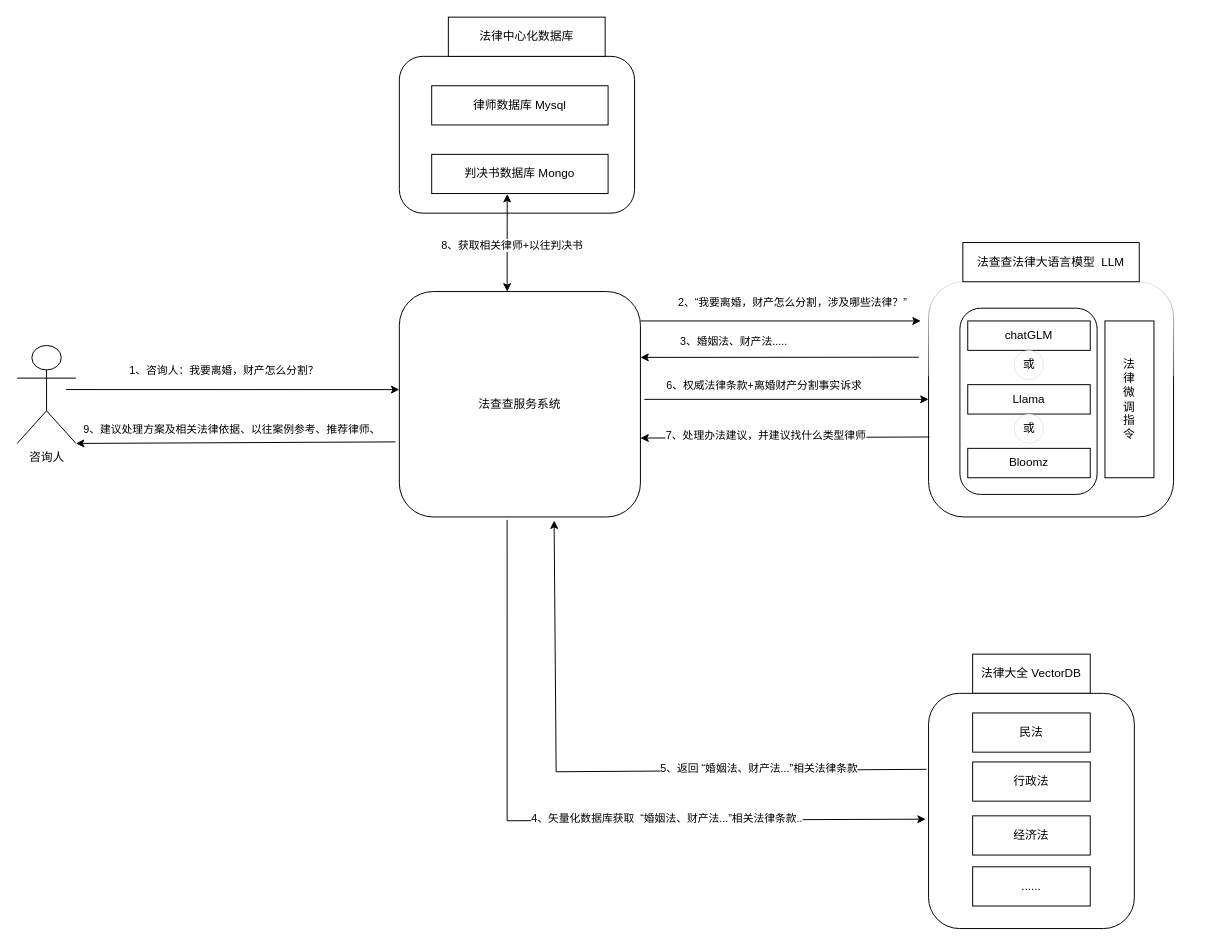
BeiJingChengXiTech/FCC keeps this draw.io diagram as FCC.drawio. Above is the earlier version. Source tidied: cells renumbered, new cells numbered last; positions are measured from the earlier drawing's top-left corner, leaving out a move shared by most shapes. Both pictures are drawn from the tidied source at 98%, with x=0, y=0 at pixel (17, 17).
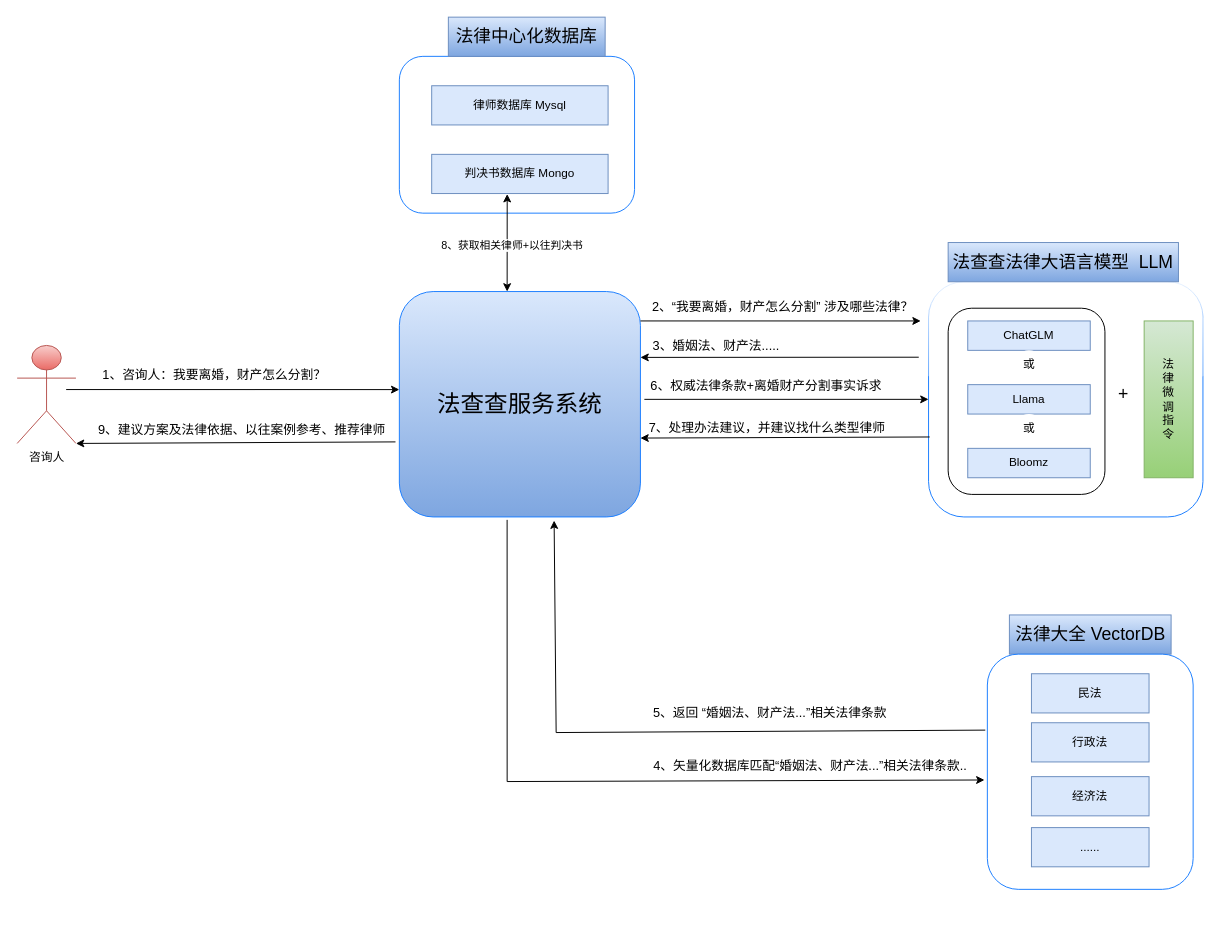
After the change.

Unchanged cells that the change refers to:
```xml
<mxCell id="23" style="endArrow=classic;html=1;rounded=0;entryX=-0.016;entryY=0.625;entryDx=0;entryDy=0;entryPerimeter=0;" parent="1" edge="1">
  <mxGeometry relative="1" as="geometry">
    <mxPoint x="636" y="310" as="sourcePoint" />
    <mxPoint x="922" y="310" as="targetPoint" />
  </mxGeometry>
</mxCell>
<mxCell id="25" style="endArrow=classic;html=1;rounded=0;entryX=1;entryY=0.75;entryDx=0;entryDy=0;" parent="1" edge="1">
  <mxGeometry relative="1" as="geometry">
    <mxPoint x="920" y="347" as="sourcePoint" />
    <mxPoint x="636" y="347.2" as="targetPoint" />
  </mxGeometry>
</mxCell>
<mxCell id="31" style="endArrow=classic;html=1;rounded=0;entryX=0;entryY=0.5;entryDx=0;entryDy=0;" parent="1" edge="1" target="3">
  <mxGeometry relative="1" as="geometry">
    <mxPoint x="640" y="390" as="sourcePoint" />
  </mxGeometry>
</mxCell>
<mxCell id="33" style="endArrow=classic;html=1;rounded=0;exitX=0.004;exitY=0.66;exitDx=0;exitDy=0;exitPerimeter=0;entryX=1;entryY=0.65;entryDx=0;entryDy=0;entryPerimeter=0;" parent="1" edge="1" source="3" target="20">
  <mxGeometry relative="1" as="geometry" />
</mxCell>
<mxCell id="38" style="endArrow=classic;html=1;rounded=0;exitX=-0.016;exitY=0.667;exitDx=0;exitDy=0;exitPerimeter=0;entryX=1;entryY=1;entryDx=0;entryDy=0;entryPerimeter=0;" parent="1" edge="1" source="20" target="5">
  <mxGeometry relative="1" as="geometry" />
</mxCell>
<mxCell id="40" style="endArrow=classic;html=1;rounded=0;entryX=0;entryY=0.435;entryDx=0;entryDy=0;entryPerimeter=0;" parent="1" edge="1" target="20">
  <mxGeometry relative="1" as="geometry">
    <mxPoint x="50" y="380" as="sourcePoint" />
  </mxGeometry>
</mxCell>
```

What changed in the source:
```diff
@@
+    <mxCell id="10" value="&lt;font style=&quot;font-size: 18px;&quot;&gt;法律大全 VectorDB&lt;/font&gt;" style="rounded=0;whiteSpace=wrap;html=1;fillColor=#dae8fc;gradientColor=#7ea6e0;strokeColor=#6c8ebf;" parent="1" vertex="1">
+      <mxGeometry x="1012.5" y="610" width="165" height="40" as="geometry" />
+    </mxCell>
+    <mxCell id="15" style="rounded=1;whiteSpace=wrap;html=1;strokeColor=#1C7EFF;" parent="1" vertex="1">
+      <mxGeometry x="990" y="650" width="210" height="240" as="geometry" />
+    </mxCell>
+    <mxCell id="16" value="民法" style="rounded=0;whiteSpace=wrap;html=1;fillColor=#dae8fc;strokeColor=#6c8ebf;" parent="1" vertex="1">
+      <mxGeometry x="1035" y="670" width="120" height="40" as="geometry" />
+    </mxCell>
+    <mxCell id="17" value="行政法" style="rounded=0;whiteSpace=wrap;html=1;fillColor=#dae8fc;strokeColor=#6c8ebf;" parent="1" vertex="1">
+      <mxGeometry x="1035" y="720" width="120" height="40" as="geometry" />
+    </mxCell>
+    <mxCell id="18" value="经济法" style="rounded=0;whiteSpace=wrap;html=1;fillColor=#dae8fc;strokeColor=#6c8ebf;" parent="1" vertex="1">
+      <mxGeometry x="1035" y="775" width="120" height="40" as="geometry" />
+    </mxCell>
+    <mxCell id="19" value="......" style="rounded=0;whiteSpace=wrap;html=1;fillColor=#dae8fc;strokeColor=#6c8ebf;" parent="1" vertex="1">
+      <mxGeometry x="1035" y="827" width="120" height="40" as="geometry" />
+    </mxCell>
-    <mxCell id="2" style="rounded=1;whiteSpace=wrap;html=1;" parent="1" vertex="1">
+    <mxCell id="2" style="rounded=1;whiteSpace=wrap;html=1;strokeColor=#1C7EFF;" parent="1" vertex="1">
       <mxGeometry x="390" y="40" width="240" height="160" as="geometry" />
     </mxCell>
-    <mxCell id="3" style="rounded=1;whiteSpace=wrap;html=1;glass=1;" parent="1" vertex="1">
-      <mxGeometry x="930" y="270" width="250" height="240" as="geometry" />
+    <mxCell id="3" style="rounded=1;whiteSpace=wrap;html=1;glass=1;strokeColor=#1C7EFF;" parent="1" vertex="1">
+      <mxGeometry x="930" y="270" width="280" height="240" as="geometry" />
     </mxCell>
     <mxCell id="4" style="rounded=1;whiteSpace=wrap;html=1;" parent="1" vertex="1">
-      <mxGeometry x="962" y="297" width="140" height="190" as="geometry" />
+      <mxGeometry x="950" y="297" width="160" height="190" as="geometry" />
     </mxCell>
-    <mxCell id="5" value="咨询人" style="shape=umlActor;verticalLabelPosition=bottom;verticalAlign=top;html=1;outlineConnect=0;" parent="1" vertex="1">
+    <mxCell id="5" value="咨询人" style="shape=umlActor;verticalLabelPosition=bottom;verticalAlign=top;html=1;outlineConnect=0;fillColor=#f8cecc;gradientColor=#ea6b66;strokeColor=#b85450;" parent="1" vertex="1">
       <mxGeometry y="335" width="60" height="100" as="geometry" />
     </mxCell>
-    <mxCell id="6" value="法查查法律大语言模型&amp;nbsp; LLM" style="rounded=0;whiteSpace=wrap;html=1;" parent="1" vertex="1">
-      <mxGeometry x="965" y="230" width="180" height="40" as="geometry" />
+    <mxCell id="6" value="&lt;font style=&quot;font-size: 18px;&quot;&gt;法查查法律大语言模型&amp;nbsp; LLM&lt;/font&gt;" style="rounded=0;whiteSpace=wrap;html=1;fillColor=#dae8fc;gradientColor=#7ea6e0;strokeColor=#6c8ebf;" parent="1" vertex="1">
+      <mxGeometry x="950" y="230" width="235" height="40" as="geometry" />
     </mxCell>
-    <mxCell id="7" value="chatGLM" style="rounded=0;whiteSpace=wrap;html=1;" parent="1" vertex="1">
+    <mxCell id="7" value="ChatGLM" style="rounded=0;whiteSpace=wrap;html=1;fillColor=#dae8fc;strokeColor=#6c8ebf;" parent="1" vertex="1">
       <mxGeometry x="970" y="310" width="125" height="30" as="geometry" />
     </mxCell>
-    <mxCell id="8" value="Llama" style="rounded=0;whiteSpace=wrap;html=1;" parent="1" vertex="1">
+    <mxCell id="8" value="Llama" style="rounded=0;whiteSpace=wrap;html=1;fillColor=#dae8fc;strokeColor=#6c8ebf;" parent="1" vertex="1">
       <mxGeometry x="970" y="375" width="125" height="30" as="geometry" />
     </mxCell>
-    <mxCell id="9" value="Bloomz" style="rounded=0;whiteSpace=wrap;html=1;" parent="1" vertex="1">
+    <mxCell id="9" value="Bloomz" style="rounded=0;whiteSpace=wrap;html=1;fillColor=#dae8fc;strokeColor=#6c8ebf;" parent="1" vertex="1">
       <mxGeometry x="970" y="440" width="125" height="30" as="geometry" />
     </mxCell>
-    <mxCell id="10" value="法律大全 VectorDB" style="rounded=0;whiteSpace=wrap;html=1;" parent="1" vertex="1">
-      <mxGeometry x="975" y="650" width="120" height="40" as="geometry" />
-    </mxCell>
-    <mxCell id="11" value="法&lt;br&gt;律&lt;br&gt;微&lt;br&gt;调&lt;br&gt;指&lt;br&gt;令" style="rounded=0;whiteSpace=wrap;html=1;" parent="1" vertex="1">
-      <mxGeometry x="1110" y="310" width="50" height="160" as="geometry" />
+    <mxCell id="11" value="法&lt;br&gt;律&lt;br&gt;微&lt;br&gt;调&lt;br&gt;指&lt;br&gt;令" style="rounded=0;whiteSpace=wrap;html=1;fillColor=#d5e8d4;gradientColor=#97d077;strokeColor=#82b366;" parent="1" vertex="1">
+      <mxGeometry x="1150" y="310" width="50" height="160" as="geometry" />
     </mxCell>
@@
-    <mxCell id="13" value="或" style="ellipse;whiteSpace=wrap;html=1;strokeWidth=0;" parent="1" vertex="1">
+    <mxCell id="13" value="或" style="ellipse;whiteSpace=wrap;html=1;strokeWidth=0;strokeColor=none;" parent="1" vertex="1">
       <mxGeometry x="1017.5" y="340" width="30" height="30" as="geometry" />
     </mxCell>
-    <mxCell id="14" value="或" style="ellipse;whiteSpace=wrap;html=1;strokeWidth=0;" parent="1" vertex="1">
+    <mxCell id="14" value="或" style="ellipse;whiteSpace=wrap;html=1;strokeWidth=0;strokeColor=none;" parent="1" vertex="1">
       <mxGeometry x="1017.5" y="405" width="30" height="30" as="geometry" />
     </mxCell>
-    <mxCell id="15" style="rounded=1;whiteSpace=wrap;html=1;" parent="1" vertex="1">
-      <mxGeometry x="930" y="690" width="210" height="240" as="geometry" />
-    </mxCell>
-    <mxCell id="16" value="民法" style="rounded=0;whiteSpace=wrap;html=1;" parent="1" vertex="1">
-      <mxGeometry x="975" y="710" width="120" height="40" as="geometry" />
-    </mxCell>
-    <mxCell id="17" value="行政法" style="rounded=0;whiteSpace=wrap;html=1;" parent="1" vertex="1">
-      <mxGeometry x="975" y="760" width="120" height="40" as="geometry" />
-    </mxCell>
-    <mxCell id="18" value="经济法" style="rounded=0;whiteSpace=wrap;html=1;" parent="1" vertex="1">
-      <mxGeometry x="975" y="815" width="120" height="40" as="geometry" />
-    </mxCell>
-    <mxCell id="19" value="......" style="rounded=0;whiteSpace=wrap;html=1;" parent="1" vertex="1">
-      <mxGeometry x="975" y="867" width="120" height="40" as="geometry" />
-    </mxCell>
-    <mxCell id="20" value="法查查服务系统" style="rounded=1;whiteSpace=wrap;html=1;" parent="1" vertex="1">
+    <mxCell id="20" value="&lt;font style=&quot;font-size: 24px;&quot;&gt;法查查服务系统&lt;/font&gt;" style="rounded=1;whiteSpace=wrap;html=1;fillColor=#dae8fc;strokeColor=#1C7EFF;gradientColor=#7ea6e0;" parent="1" vertex="1">
       <mxGeometry x="390" y="280" width="246" height="230" as="geometry" />
     </mxCell>
-    <mxCell id="21" value="律师数据库 Mysql" style="rounded=0;whiteSpace=wrap;html=1;" parent="1" vertex="1">
+    <mxCell id="21" value="律师数据库 Mysql" style="rounded=0;whiteSpace=wrap;html=1;fillColor=#dae8fc;strokeColor=#6c8ebf;" parent="1" vertex="1">
       <mxGeometry x="423" y="70" width="180" height="40" as="geometry" />
     </mxCell>
-    <mxCell id="22" value="判决书数据库 Mongo" style="rounded=0;whiteSpace=wrap;html=1;" parent="1" vertex="1">
+    <mxCell id="22" value="判决书数据库 Mongo" style="rounded=0;whiteSpace=wrap;html=1;fillColor=#dae8fc;strokeColor=#6c8ebf;" parent="1" vertex="1">
       <mxGeometry x="423" y="140" width="180" height="40" as="geometry" />
     </mxCell>
@@
-    <mxCell id="24" value="2、“我要离婚，财产怎么分割，涉及哪些法律？”" style="edgeLabel;html=1;align=center;verticalAlign=middle;" parent="23" vertex="1">
+    <mxCell id="24" value="&lt;font style=&quot;font-size: 13px;&quot;&gt;2、“我要离婚，财产怎么分割” 涉及哪些法律？&lt;/font&gt;" style="edgeLabel;html=1;align=center;verticalAlign=middle;" parent="23" vertex="1">
       <mxGeometry x="0.11" relative="1" as="geometry">
-        <mxPoint x="-5" y="-20" as="offset" />
+        <mxPoint x="-15" y="-16" as="offset" />
       </mxGeometry>
     </mxCell>
@@
-    <mxCell id="26" value="3、婚姻法、财产法....." style="edgeLabel;html=1;align=center;verticalAlign=middle;" parent="25" vertex="1">
+    <mxCell id="26" value="&lt;font style=&quot;font-size: 13px;&quot;&gt;3、婚姻法、财产法.....&lt;/font&gt;" style="edgeLabel;html=1;align=center;verticalAlign=middle;" parent="25" vertex="1">
       <mxGeometry x="-0.1" y="2" relative="1" as="geometry">
-        <mxPoint x="-62" y="-19" as="offset" />
+        <mxPoint x="-80" y="-15" as="offset" />
       </mxGeometry>
     </mxCell>
     <mxCell id="27" style="endArrow=classic;html=1;rounded=0;exitX=0.447;exitY=1.013;exitDx=0;exitDy=0;exitPerimeter=0;entryX=-0.014;entryY=0.535;entryDx=0;entryDy=0;entryPerimeter=0;" parent="1" edge="1" source="20" target="15">
       <mxGeometry relative="1" as="geometry">
         <Array as="points">
-          <mxPoint x="500" y="820" />
+          <mxPoint x="500" y="780" />
         </Array>
       </mxGeometry>
     </mxCell>
-    <mxCell id="28" value="4、矢量化数据库获取&amp;nbsp; “婚姻法、财产法...”相关法律条款.." style="edgeLabel;html=1;align=center;verticalAlign=middle;" parent="27" vertex="1">
-      <mxGeometry x="0.28" y="2" relative="1" as="geometry" />
+    <mxCell id="28" value="&lt;font style=&quot;font-size: 13px;&quot;&gt;4、矢量化数据库匹配“婚姻法、财产法...”相关法律条款..&lt;/font&gt;" style="edgeLabel;html=1;align=center;verticalAlign=middle;" parent="27" vertex="1">
+      <mxGeometry x="0.28" y="2" relative="1" as="geometry">
+        <mxPoint x="93" y="-14" as="offset" />
+      </mxGeometry>
     </mxCell>
     <mxCell id="29" style="endArrow=classic;html=1;rounded=0;exitX=-0.01;exitY=0.323;exitDx=0;exitDy=0;exitPerimeter=0;entryX=0.642;entryY=1.016;entryDx=0;entryDy=0;entryPerimeter=0;" parent="1" edge="1" source="15" target="20">
       <mxGeometry relative="1" as="geometry">
         <Array as="points">
-          <mxPoint x="550" y="770" />
+          <mxPoint x="550" y="730" />
         </Array>
       </mxGeometry>
     </mxCell>
-    <mxCell id="30" value="5、返回 “婚姻法、财产法...”相关法律条款" style="edgeLabel;html=1;align=center;verticalAlign=middle;" parent="29" vertex="1">
-      <mxGeometry x="-0.46" y="-2" relative="1" as="geometry" />
+    <mxCell id="30" value="&lt;font style=&quot;font-size: 13px;&quot;&gt;5、返回 “婚姻法、财产法...”相关法律条款&lt;/font&gt;" style="edgeLabel;html=1;align=center;verticalAlign=middle;" parent="29" vertex="1">
+      <mxGeometry x="-0.46" y="-2" relative="1" as="geometry">
+        <mxPoint x="-43" y="-17" as="offset" />
+      </mxGeometry>
     </mxCell>
@@
-    <mxCell id="32" value="6、权威法律条款+离婚财产分割事实诉求" style="edgeLabel;html=1;align=center;verticalAlign=middle;" parent="31" vertex="1">
+    <mxCell id="32" value="&lt;font style=&quot;font-size: 13px;&quot;&gt;6、权威法律条款+离婚财产分割事实诉求&lt;/font&gt;" style="edgeLabel;html=1;align=center;verticalAlign=middle;" parent="31" vertex="1">
       <mxGeometry x="-0.14" y="1" relative="1" as="geometry">
-        <mxPoint x="-4" y="-14" as="offset" />
+        <mxPoint x="-2" y="-14" as="offset" />
       </mxGeometry>
     </mxCell>
@@
-    <mxCell id="34" value="7、处理办法建议，并建议找什么类型律师" style="edgeLabel;html=1;align=center;verticalAlign=middle;" parent="33" vertex="1">
-      <mxGeometry x="0.13" y="-3" relative="1" as="geometry" />
+    <mxCell id="34" value="&lt;font style=&quot;font-size: 13px;&quot;&gt;7、处理办法建议，并建议找什么类型律师&lt;/font&gt;" style="edgeLabel;html=1;align=center;verticalAlign=middle;" parent="33" vertex="1">
+      <mxGeometry x="0.13" y="-3" relative="1" as="geometry">
+        <mxPoint y="-8" as="offset" />
+      </mxGeometry>
     </mxCell>
@@
-    <mxCell id="37" value="法律中心化数据库" style="rounded=0;whiteSpace=wrap;html=1;" parent="1" vertex="1">
+    <mxCell id="37" value="&lt;font style=&quot;font-size: 18px;&quot;&gt;法律中心化数据库&lt;/font&gt;" style="rounded=0;whiteSpace=wrap;html=1;fillColor=#dae8fc;gradientColor=#7ea6e0;strokeColor=#6c8ebf;" parent="1" vertex="1">
       <mxGeometry x="440" width="160" height="40" as="geometry" />
     </mxCell>
@@
-    <mxCell id="39" value="9、建议处理方案及相关法律依据、以往案例参考、推荐律师、" style="edgeLabel;html=1;align=center;verticalAlign=middle;" parent="38" vertex="1">
+    <mxCell id="39" value="&lt;font style=&quot;font-size: 13px;&quot;&gt;9、建议方案及法律依据、以往案例参考、推荐律师&lt;/font&gt;" style="edgeLabel;html=1;align=center;verticalAlign=middle;" parent="38" vertex="1">
       <mxGeometry x="0.03" y="2" relative="1" as="geometry">
-        <mxPoint y="-16" as="offset" />
+        <mxPoint x="10" y="-16" as="offset" />
       </mxGeometry>
     </mxCell>
@@
-    <mxCell id="41" value="1、咨询人：我要离婚，财产怎么分割？" style="edgeLabel;html=1;align=center;verticalAlign=middle;" parent="40" vertex="1">
+    <mxCell id="41" value="&lt;font style=&quot;font-size: 13px;&quot;&gt;1、咨询人：我要离婚，财产怎么分割？&lt;/font&gt;" style="edgeLabel;html=1;align=center;verticalAlign=middle;" parent="40" vertex="1">
       <mxGeometry x="0.02" y="1" relative="1" as="geometry">
-        <mxPoint x="-13" y="-19" as="offset" />
+        <mxPoint x="-23" y="-15" as="offset" />
       </mxGeometry>
     </mxCell>
+    <mxCell id="42" value="&lt;font style=&quot;font-size: 18px;&quot;&gt;+&lt;/font&gt;" style="ellipse;whiteSpace=wrap;html=1;strokeWidth=0;strokeColor=none;" parent="1" vertex="1">
+      <mxGeometry x="1114" y="370" width="30" height="30" as="geometry" />
+    </mxCell>
```
